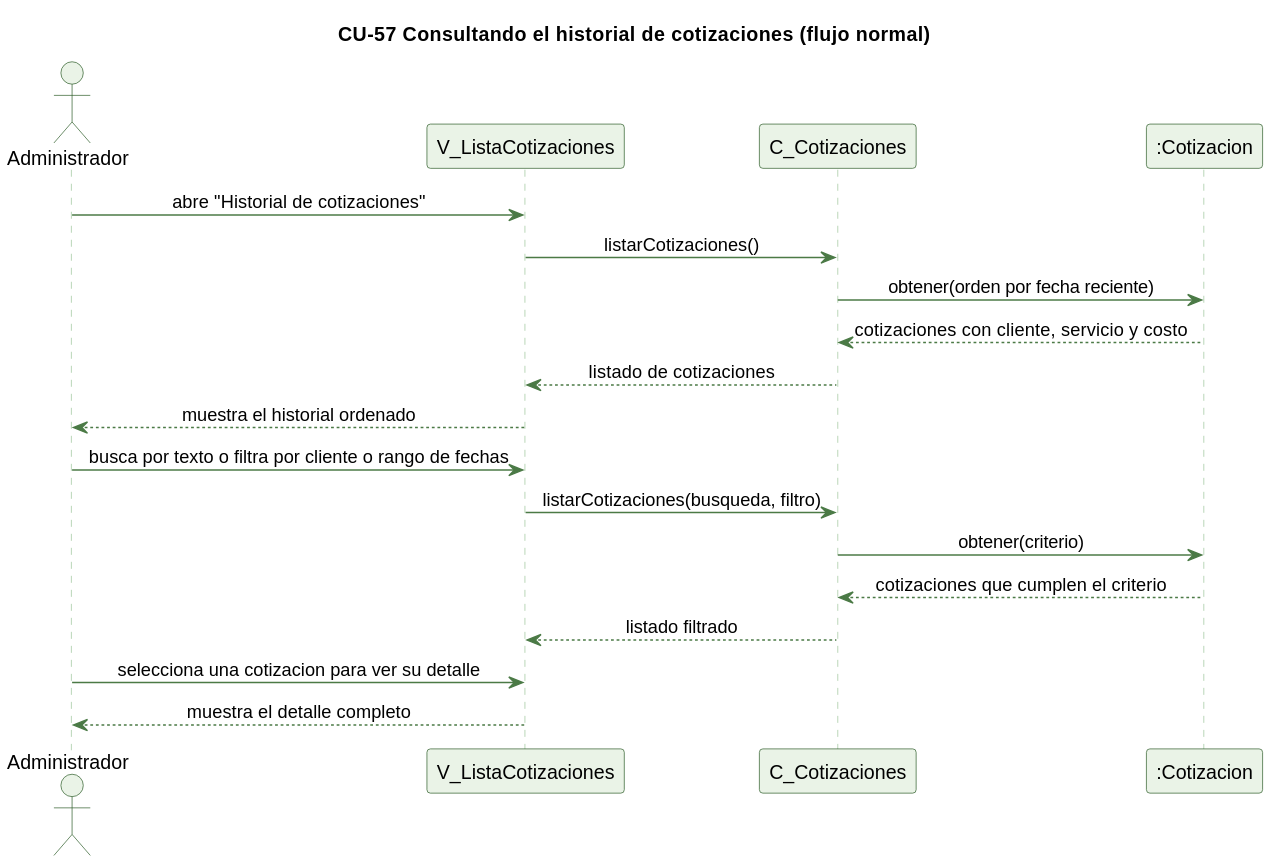
kenjikaese/Triverde keeps this PlantUML diagram as docs/trabajo-grupal/diagramas/secuencias/cu57-historial-cotizaciones-normal.svg. Above is the earlier version. The source it was exported from:
```plantuml
@startuml
skinparam backgroundColor #FFFFFF
skinparam shadowing false
skinparam defaultFontName Helvetica
skinparam sequenceMessageAlign center
skinparam ParticipantBackgroundColor #EAF3E7
skinparam ParticipantBorderColor #2E5E2A
skinparam ActorBackgroundColor #EAF3E7
skinparam ActorBorderColor #2E5E2A
skinparam sequenceLifeLineBorderColor #9CC49A
skinparam ArrowColor #4B7A46

title CU-57 Consultando el historial de cotizaciones (flujo normal)

actor Administrador
participant "V_ListaCotizaciones" as V
participant "C_Cotizaciones" as C
participant ":Cotizacion" as COT

Administrador -> V : abre "Historial de cotizaciones"
V -> C : listarCotizaciones()
C -> COT : obtener(orden por fecha reciente)
COT --> C : cotizaciones con cliente, servicio y costo
C --> V : listado de cotizaciones
V --> Administrador : muestra el historial ordenado
Administrador -> V : busca por texto o filtra por cliente o rango de fechas
V -> C : listarCotizaciones(busqueda, filtro)
C -> COT : obtener(criterio)
COT --> C : cotizaciones que cumplen el criterio
C --> V : listado filtrado
Administrador -> V : selecciona una cotizacion para ver su detalle
V --> Administrador : muestra el detalle completo
@enduml
```
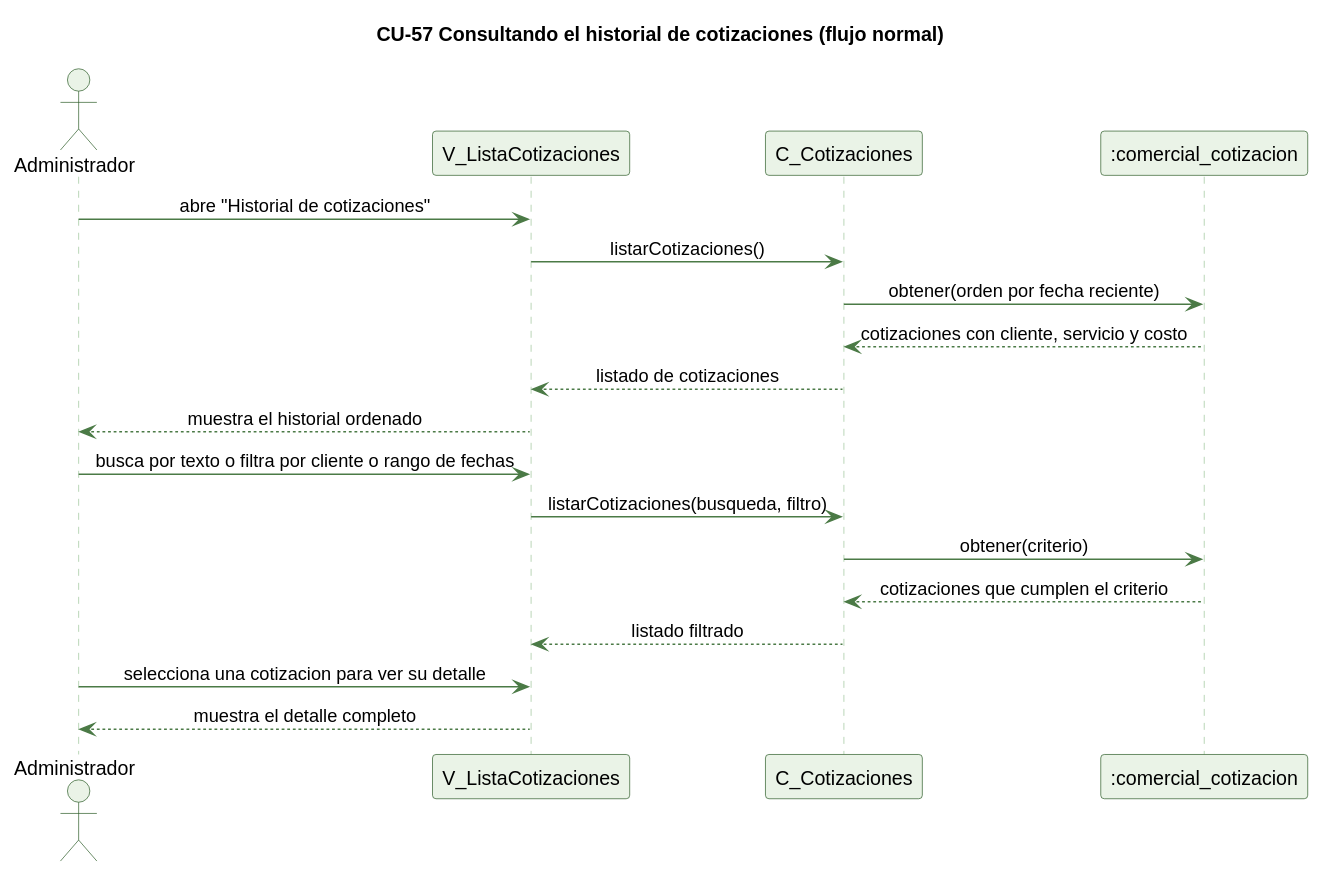
After the change.

The edit, as a diff of the source:
```diff
@@ -15,7 +15,7 @@
 actor Administrador
 participant "V_ListaCotizaciones" as V
 participant "C_Cotizaciones" as C
-participant ":Cotizacion" as COT
+participant ":comercial_cotizacion" as COT
 
 Administrador -> V : abre "Historial de cotizaciones"
 V -> C : listarCotizaciones()
```
